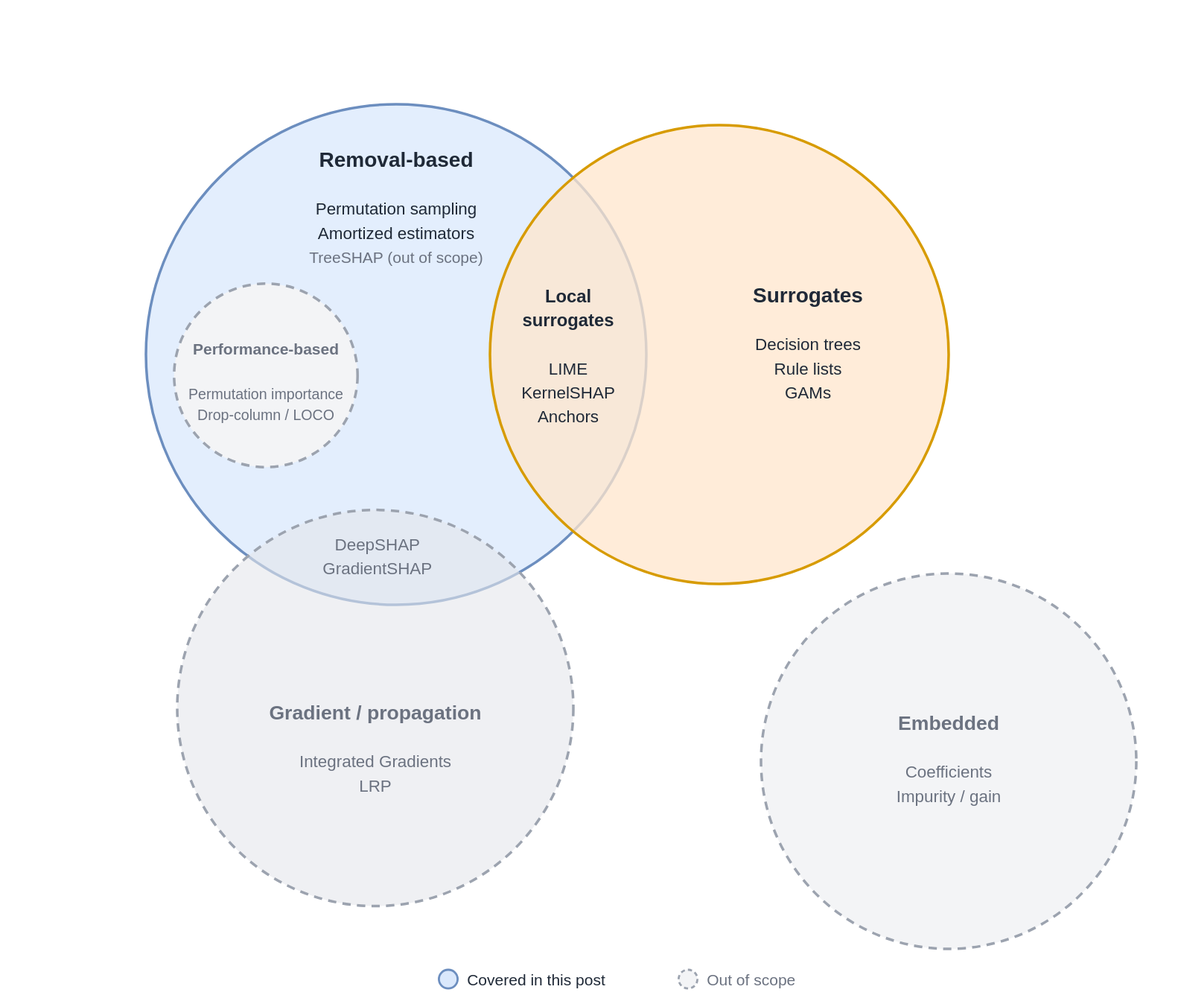
Before: posts/explaining-black-box-predictions/diagrams/feature_importance_venn.drawio.svg, a diagram exported from draw.io (DMLF1/blog). Source tidied: cells renumbered, new cells last; positions are measured from the earlier drawing's top-left corner, leaving out a move shared by most shapes.
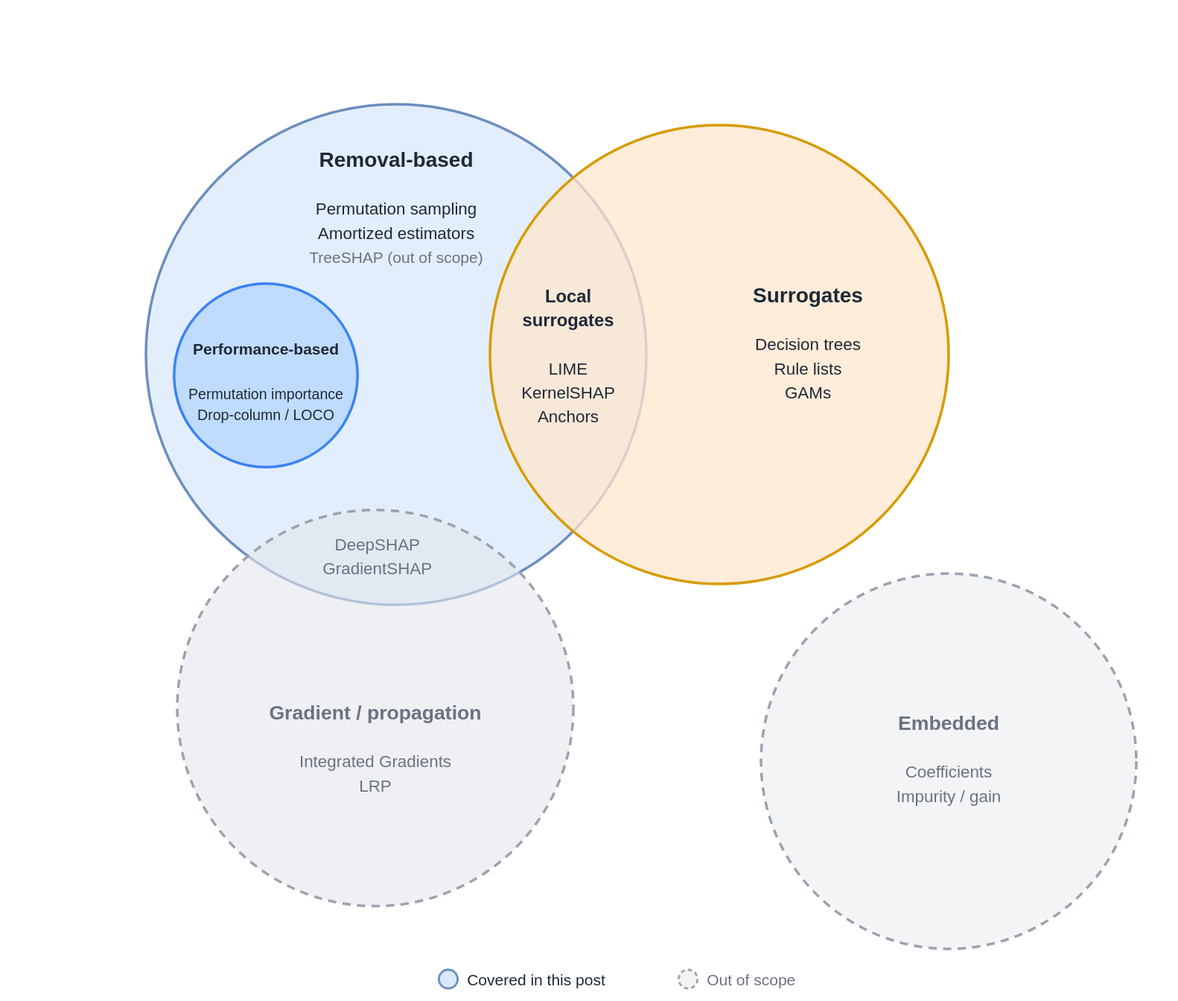
Later version of the same file.

Commit message:
Restyle the Performance-based circle in the Venn diagram as covered

What changed in the source:
```diff
@@ -11,7 +11,7 @@
     <mxCell id="4" style="ellipse;html=1;fillColor=#E5E7EB;opacity=60;strokeColor=#9CA3AF;strokeWidth=2.5;dashed=1;dashPattern=8 6;" parent="1" vertex="1">
       <mxGeometry x="30" y="389" width="380" height="380" as="geometry" />
     </mxCell>
-    <mxCell id="5" style="ellipse;html=1;fillColor=#F3F4F6;opacity=100;strokeColor=#9CA3AF;strokeWidth=2.5;dashed=1;dashPattern=8 6;" parent="1" vertex="1">
+    <mxCell id="5" style="ellipse;html=1;fillColor=#BFDBFE;opacity=100;strokeColor=#3B82F6;strokeWidth=2.5;" parent="1" vertex="1">
       <mxGeometry x="27" y="172" width="176" height="176" as="geometry" />
     </mxCell>
     <mxCell id="6" style="ellipse;html=1;fillColor=#F3F4F6;opacity=100;strokeColor=#9CA3AF;strokeWidth=2.5;dashed=1;dashPattern=8 6;" parent="1" vertex="1">
@@ -20,7 +20,7 @@
     <mxCell id="7" value="&lt;span style=&quot;font-size:20px;color:#1F2937;font-weight:bold;&quot;&gt;Removal-based&lt;/span&gt;&lt;br&gt;&lt;br&gt;&lt;span style=&quot;font-size:16px;color:#1F2937;&quot;&gt;Permutation sampling&lt;/span&gt;&lt;br&gt;&lt;span style=&quot;font-size:16px;color:#1F2937;&quot;&gt;Amortized estimators&lt;/span&gt;&lt;br&gt;&lt;span style=&quot;font-size:15px;color:#6B7280;&quot;&gt;TreeSHAP (out of scope)&lt;/span&gt;" style="text;html=1;align=center;verticalAlign=top;whiteSpace=wrap;fontFamily=Helvetica;" parent="1" vertex="1">
       <mxGeometry x="140" y="42" width="200" height="125" as="geometry" />
     </mxCell>
-    <mxCell id="8" value="&lt;span style=&quot;font-size:15px;color:#6B7280;font-weight:bold;&quot;&gt;Performance-based&lt;/span&gt;&lt;br&gt;&lt;br&gt;&lt;span style=&quot;font-size:14px;color:#6B7280;&quot;&gt;Permutation importance&lt;/span&gt;&lt;br&gt;&lt;span style=&quot;font-size:14px;color:#6B7280;&quot;&gt;Drop-column / LOCO&lt;/span&gt;" style="text;html=1;align=center;verticalAlign=top;whiteSpace=wrap;fontFamily=Helvetica;" parent="1" vertex="1">
+    <mxCell id="8" value="&lt;span style=&quot;font-size:15px;color:#1F2937;font-weight:bold;&quot;&gt;Performance-based&lt;/span&gt;&lt;br&gt;&lt;br&gt;&lt;span style=&quot;font-size:14px;color:#1F2937;&quot;&gt;Permutation importance&lt;/span&gt;&lt;br&gt;&lt;span style=&quot;font-size:14px;color:#1F2937;&quot;&gt;Drop-column / LOCO&lt;/span&gt;" style="text;html=1;align=center;verticalAlign=top;whiteSpace=wrap;fontFamily=Helvetica;" parent="1" vertex="1">
       <mxGeometry x="15" y="222" width="200" height="102" as="geometry" />
     </mxCell>
     <mxCell id="9" value="&lt;span style=&quot;font-size:17px;color:#1F2937;font-weight:bold;&quot;&gt;Local&lt;/span&gt;&lt;br&gt;&lt;span style=&quot;font-size:17px;color:#1F2937;font-weight:bold;&quot;&gt;surrogates&lt;/span&gt;&lt;br&gt;&lt;br&gt;&lt;span style=&quot;font-size:16px;color:#1F2937;&quot;&gt;LIME&lt;/span&gt;&lt;br&gt;&lt;span style=&quot;font-size:16px;color:#1F2937;&quot;&gt;KernelSHAP&lt;/span&gt;&lt;br&gt;&lt;span style=&quot;font-size:16px;color:#1F2937;&quot;&gt;Anchors&lt;/span&gt;" style="text;html=1;align=center;verticalAlign=top;whiteSpace=wrap;fontFamily=Helvetica;" parent="1" vertex="1">
```
